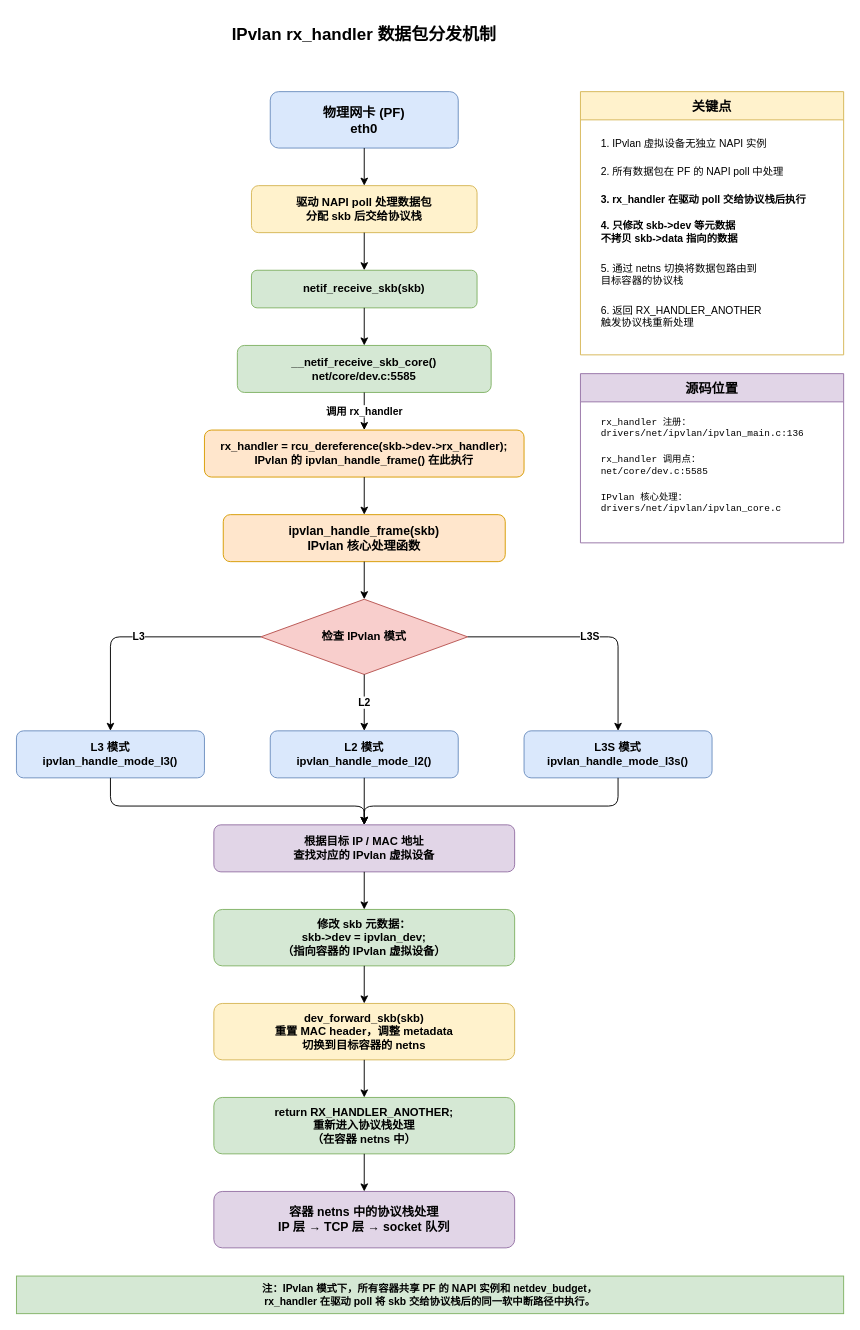
The draw.io diagram diagrams/ipvlan-rx-handler.drawio in fsqHub/docker-sriov-plugin, before the edit. Source tidied: cells renumbered, new cells numbered last; positions are measured from the earlier drawing's top-left corner, leaving out a move shared by most shapes. Both pictures are drawn from the tidied source at 94%, with x=0, y=0 at pixel (16, 16).
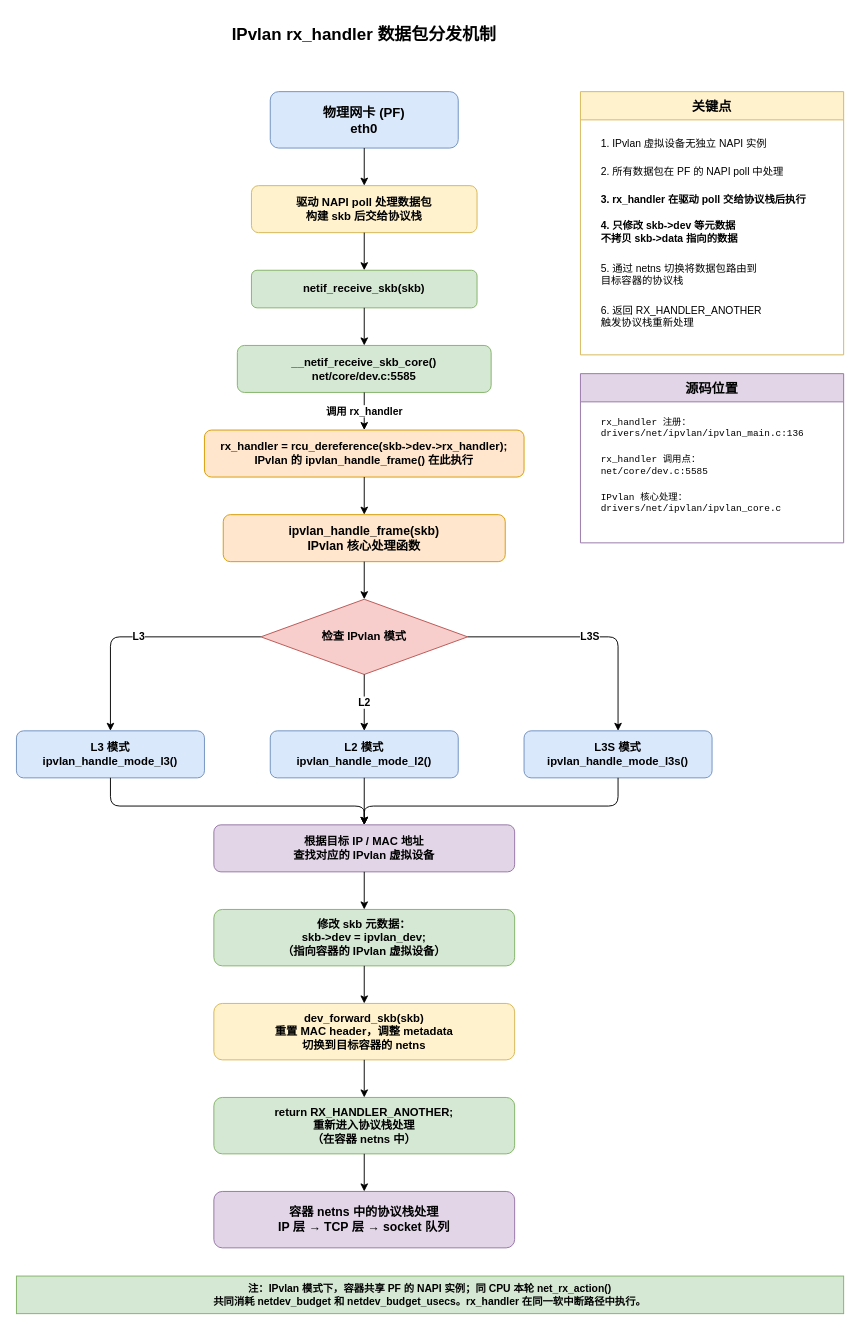
The same diagram, later.

Change to the diagram source:
```diff
@@
-    <mxCell id="4" value="驱动 NAPI poll 处理数据包&#10;分配 skb 后交给协议栈" style="rounded=1;whiteSpace=wrap;html=1;fillColor=#fff2cc;strokeColor=#d6b656;fontStyle=1;" parent="1" vertex="1">
+    <mxCell id="4" value="驱动 NAPI poll 处理数据包&#10;构建 skb 后交给协议栈" style="rounded=1;whiteSpace=wrap;html=1;fillColor=#fff2cc;strokeColor=#d6b656;fontStyle=1;" parent="1" vertex="1">
       <mxGeometry x="250" y="180" width="240" height="50" as="geometry" />
     </mxCell>
@@
-    <mxCell id="45" value="注：IPvlan 模式下，所有容器共享 PF 的 NAPI 实例和 netdev_budget，&#10;rx_handler 在驱动 poll 将 skb 交给协议栈后的同一软中断路径中执行。" style="text;html=1;strokeColor=#82b366;fillColor=#d5e8d4;align=center;verticalAlign=middle;whiteSpace=wrap;fontSize=11;fontStyle=1;" parent="1" vertex="1">
+    <mxCell id="45" value="注：IPvlan 模式下，容器共享 PF 的 NAPI 实例；同 CPU 本轮 net_rx_action()&#10;共同消耗 netdev_budget 和 netdev_budget_usecs。rx_handler 在同一软中断路径中执行。" style="text;html=1;strokeColor=#82b366;fillColor=#d5e8d4;align=center;verticalAlign=middle;whiteSpace=wrap;fontSize=11;fontStyle=1;" parent="1" vertex="1">
       <mxGeometry y="1340" width="880" height="40" as="geometry" />
     </mxCell>
```
